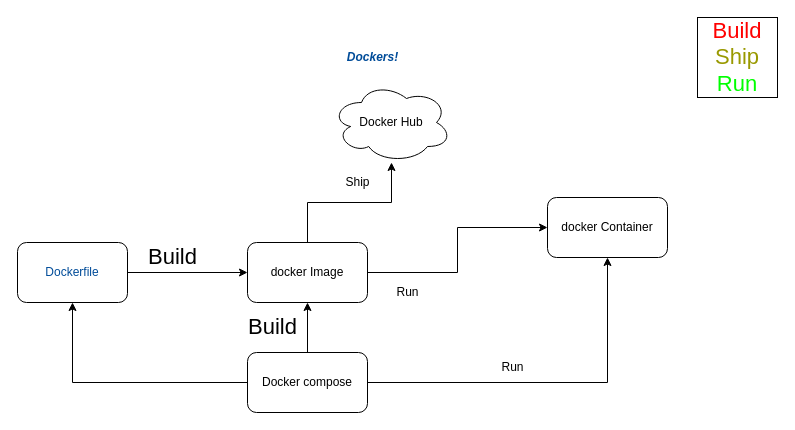
The draw.io diagram Untitled Diagram.drawio in Masum-Osman/diagrams.io-draws, before the edit. Source tidied: cells renumbered, new cells numbered last; positions are measured from the earlier drawing's top-left corner, leaving out a move shared by most shapes. Both pictures are drawn from the tidied source at 100%, with x=0, y=0 at pixel (17, 17).
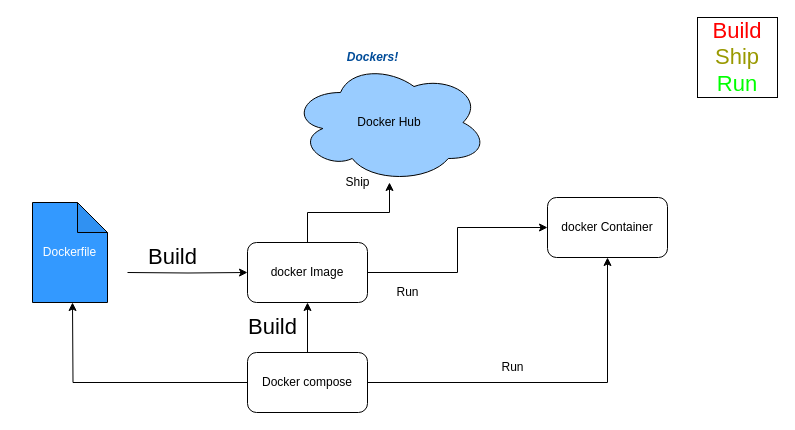
The same diagram, later.

Unchanged cells that the change refers to:
```xml
<mxCell id="9" value="docker Image" style="rounded=1;whiteSpace=wrap;html=1;fontSize=12;fontColor=#000000;" parent="1" vertex="1">
  <mxGeometry x="230" y="225" width="120" height="60" as="geometry" />
</mxCell>
<mxCell id="17" value="Docker compose" style="rounded=1;whiteSpace=wrap;html=1;fontSize=12;fontColor=#000000;" parent="1" vertex="1">
  <mxGeometry x="230" y="335" width="120" height="60" as="geometry" />
</mxCell>
```

Diff of the diagram source:
```diff
@@
-    <mxCell id="3" style="edgeStyle=orthogonalEdgeStyle;rounded=0;jettySize=auto;html=1;entryX=0;entryY=0.5;entryDx=0;entryDy=0;fontSize=12;fontColor=#000000;" parent="1" edge="1" source="4" target="9">
-      <mxGeometry relative="1" as="geometry" />
+    <mxCell id="3" style="edgeStyle=orthogonalEdgeStyle;rounded=0;jettySize=auto;html=1;entryX=0;entryY=0.5;entryDx=0;entryDy=0;fontSize=12;fontColor=#000000;" parent="1" edge="1" target="9">
+      <mxGeometry relative="1" as="geometry">
+        <mxPoint x="110" y="255" as="sourcePoint" />
+      </mxGeometry>
     </mxCell>
-    <mxCell id="4" value="Dockerfile" style="rounded=1;whiteSpace=wrap;html=1;fontColor=#004C99;" parent="1" vertex="1">
-      <mxGeometry y="225" width="110" height="60" as="geometry" />
-    </mxCell>
@@
-    <mxCell id="11" value="Docker Hub" style="ellipse;shape=cloud;whiteSpace=wrap;html=1;fontSize=12;fontColor=#000000;" parent="1" vertex="1">
-      <mxGeometry x="314" y="65" width="120" height="80" as="geometry" />
+    <mxCell id="11" value="Docker Hub" style="ellipse;shape=cloud;whiteSpace=wrap;html=1;fontSize=12;fontColor=#000000;fillColor=#99CCFF;" parent="1" vertex="1">
+      <mxGeometry x="274" y="45" width="196" height="120" as="geometry" />
     </mxCell>
@@
-    <mxCell id="15" style="edgeStyle=orthogonalEdgeStyle;rounded=0;jettySize=auto;html=1;entryX=0.5;entryY=1;entryDx=0;entryDy=0;fontSize=12;fontColor=#000000;" parent="1" edge="1" source="17" target="4">
-      <mxGeometry relative="1" as="geometry" />
+    <mxCell id="15" style="edgeStyle=orthogonalEdgeStyle;rounded=0;jettySize=auto;html=1;entryX=0.5;entryY=1;entryDx=0;entryDy=0;fontSize=12;fontColor=#000000;" parent="1" edge="1" source="17">
+      <mxGeometry relative="1" as="geometry">
+        <mxPoint x="55" y="285" as="targetPoint" />
+      </mxGeometry>
     </mxCell>
@@
+    <mxCell id="4" value="&lt;font color=&quot;#FFFFFF&quot;&gt;Dockerfile&lt;/font&gt;" style="shape=note;whiteSpace=wrap;html=1;backgroundOutline=1;darkOpacity=0.05;fillColor=#3399FF;" parent="1" vertex="1">
+      <mxGeometry x="15" y="185" width="75" height="100" as="geometry" />
+    </mxCell>
```
